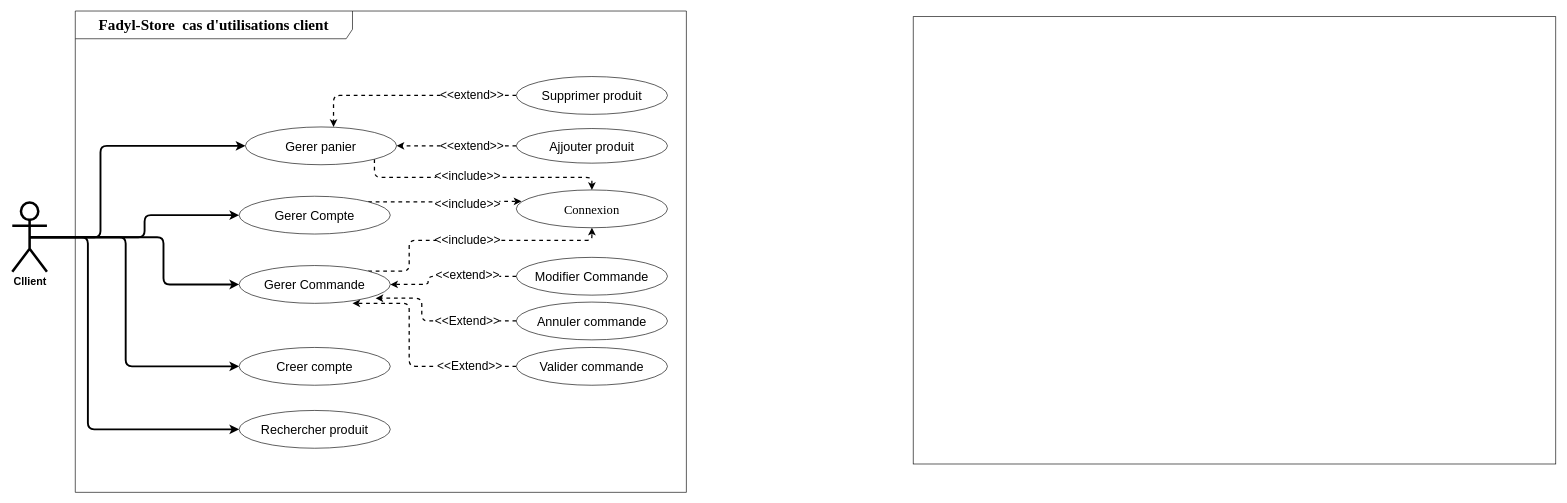
This is use case.drawio from Meshavegas/Fadhyl-Store, a draw.io file, before an edit. Source tidied: cells renumbered, new cells numbered last; positions are measured from the earlier drawing's top-left corner, leaving out a move shared by most shapes. Both pictures are drawn from the tidied source at 63%, with x=0, y=0 at pixel (12, 11).
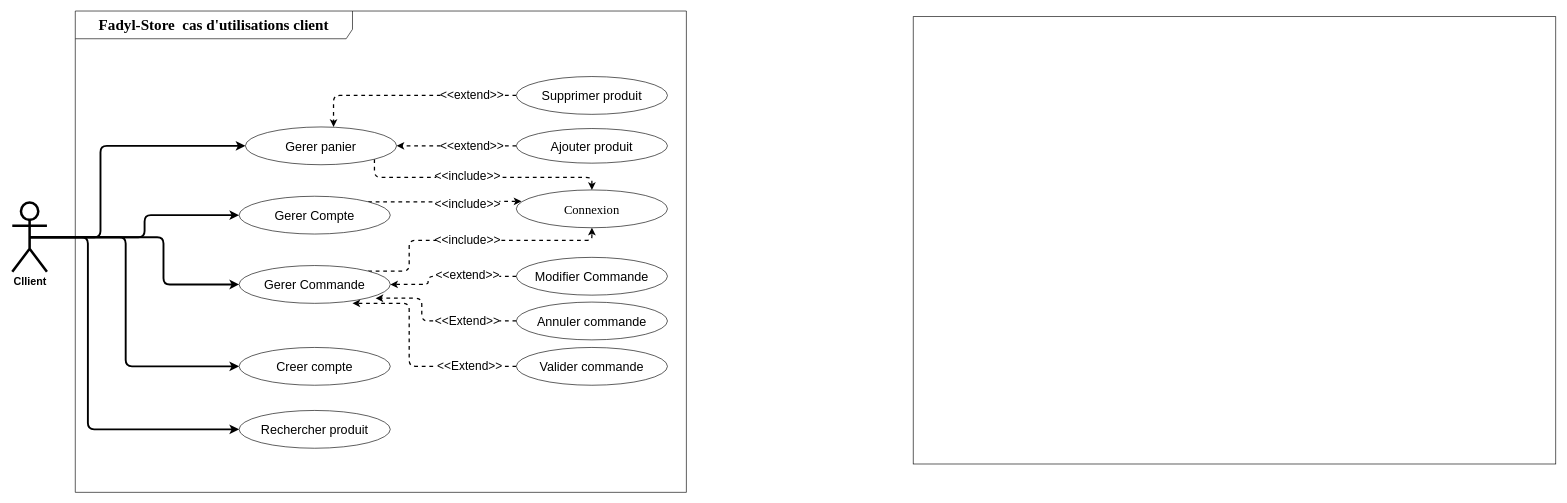
The same page after the edit.

Diff of the diagram source:
```diff
@@
-    <mxCell id="18" value="&lt;font style=&quot;font-size: 20px;&quot;&gt;Ajjouter produit&lt;/font&gt;" style="ellipse;whiteSpace=wrap;html=1;flipV=1;flipH=1;" parent="1" vertex="1">
+    <mxCell id="18" value="&lt;font style=&quot;font-size: 20px;&quot;&gt;Ajouter produit&lt;/font&gt;" style="ellipse;whiteSpace=wrap;html=1;flipV=1;flipH=1;" parent="1" vertex="1">
       <mxGeometry x="800" y="186.5" width="240" height="55" as="geometry" />
     </mxCell>
```
